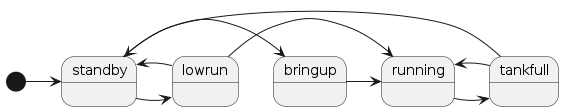
Above: water/water_state.png in rlhatcher/aquarium (PlantUML), before the change.
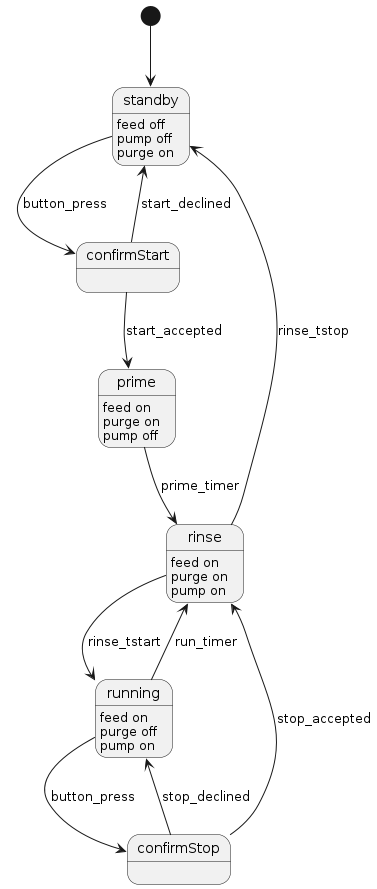
Later version of the same file.

Change to the diagram source:
```diff
@@ -1,13 +1,39 @@
-@startuml water state
+@startuml water_state
 
-[*] -> standby
-standby -> bringup
-bringup -> running
-running -> tankfull
-tankfull -> running
-tankfull -> standby
-standby -> lowrun
-lowrun -> running
-lowrun -> standby
+state standby {
+  standby: feed off
+  standby: pump off
+  standby: purge on
+}
+
+state running {
+  running : feed on
+  running : purge off
+  running : pump on
+}
+
+state prime {
+  prime : feed on
+  prime : purge on
+  prime : pump off
+}
+
+state rinse {
+  rinse : feed on
+  rinse : purge on
+  rinse : pump on
+}
+
+[*] --> standby
+standby --> confirmStart : button_press
+confirmStart --> standby : start_declined
+confirmStart --> prime : start_accepted
+prime --> rinse : prime_timer
+rinse --> running : rinse_tstart
+running --> confirmStop : button_press
+confirmStop --> running : stop_declined
+confirmStop --> rinse : stop_accepted
+rinse --> standby : rinse_tstop
+running --> rinse : run_timer
 
 @enduml
```
